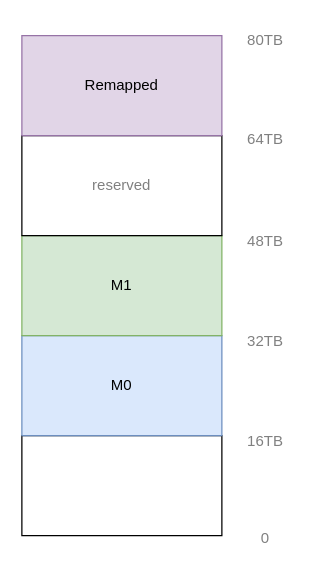
Before: java_zgc.drawio in ZiqingYip/moment, a draw.io diagram. Source tidied: cells renumbered, new cells numbered last; positions are measured from the earlier drawing's top-left corner, leaving out a move shared by most shapes. Both pictures are drawn from the tidied source at 125%, with x=0, y=0 at pixel (21, 21).
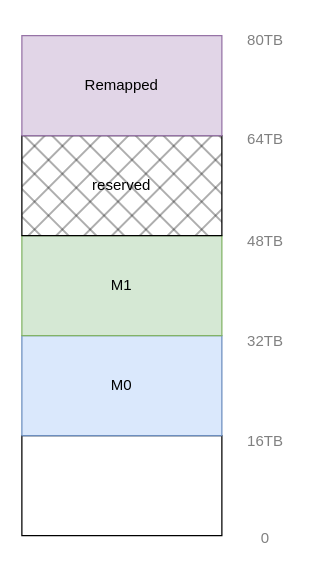
Above is the later version.

Diff of the diagram source:
```diff
@@
 <mxGraphModel>
   <root>
     <mxCell id="0" />
     <mxCell id="1" parent="0" />
     <mxCell id="2" style="rounded=0;whiteSpace=wrap;html=1;" parent="1" vertex="1">
       <mxGeometry y="331" width="160" height="80" as="geometry" />
     </mxCell>
     <mxCell id="3" value="M0" style="rounded=0;whiteSpace=wrap;html=1;fillColor=#dae8fc;strokeColor=#6c8ebf;" parent="1" vertex="1">
       <mxGeometry y="251" width="160" height="80" as="geometry" />
     </mxCell>
     <mxCell id="4" value="0" style="text;html=1;strokeColor=none;fillColor=none;align=center;verticalAlign=middle;whiteSpace=wrap;rounded=0;fontColor=#808080;" parent="1" vertex="1">
       <mxGeometry x="165" y="398" width="60" height="30" as="geometry" />
     </mxCell>
     <mxCell id="5" value="16TB" style="text;html=1;strokeColor=none;fillColor=none;align=center;verticalAlign=middle;whiteSpace=wrap;rounded=0;fontColor=#808080;" parent="1" vertex="1">
       <mxGeometry x="165" y="321" width="60" height="30" as="geometry" />
     </mxCell>
     <mxCell id="6" value="32TB" style="text;html=1;strokeColor=none;fillColor=none;align=center;verticalAlign=middle;whiteSpace=wrap;rounded=0;fontColor=#808080;" parent="1" vertex="1">
       <mxGeometry x="165" y="241" width="60" height="30" as="geometry" />
     </mxCell>
     <mxCell id="7" value="M1" style="rounded=0;whiteSpace=wrap;html=1;fillColor=#d5e8d4;strokeColor=#82b366;" parent="1" vertex="1">
       <mxGeometry y="171" width="160" height="80" as="geometry" />
     </mxCell>
-    <mxCell id="8" value="reserved" style="rounded=0;whiteSpace=wrap;html=1;fontColor=#808080;" parent="1" vertex="1">
+    <mxCell id="8" value="&lt;font color=&quot;#000000&quot;&gt;reserved&lt;/font&gt;" style="rounded=0;whiteSpace=wrap;html=1;fontColor=#808080;fillStyle=cross-hatch;fillColor=#000000;" parent="1" vertex="1">
       <mxGeometry y="91" width="160" height="80" as="geometry" />
     </mxCell>
     <mxCell id="9" value="48TB" style="text;html=1;strokeColor=none;fillColor=none;align=center;verticalAlign=middle;whiteSpace=wrap;rounded=0;fontColor=#808080;" parent="1" vertex="1">
       <mxGeometry x="165" y="161" width="60" height="30" as="geometry" />
     </mxCell>
     <mxCell id="10" value="Remapped" style="rounded=0;whiteSpace=wrap;html=1;fillColor=#e1d5e7;strokeColor=#9673a6;" parent="1" vertex="1">
       <mxGeometry y="11" width="160" height="80" as="geometry" />
     </mxCell>
     <mxCell id="11" value="64TB" style="text;html=1;strokeColor=none;fillColor=none;align=center;verticalAlign=middle;whiteSpace=wrap;rounded=0;fontColor=#808080;" parent="1" vertex="1">
       <mxGeometry x="165" y="79" width="60" height="30" as="geometry" />
     </mxCell>
     <mxCell id="12" value="80TB" style="text;html=1;strokeColor=none;fillColor=none;align=center;verticalAlign=middle;whiteSpace=wrap;rounded=0;fontColor=#808080;" parent="1" vertex="1">
       <mxGeometry x="165" width="60" height="30" as="geometry" />
     </mxCell>
   </root>
 </mxGraphModel>
```
